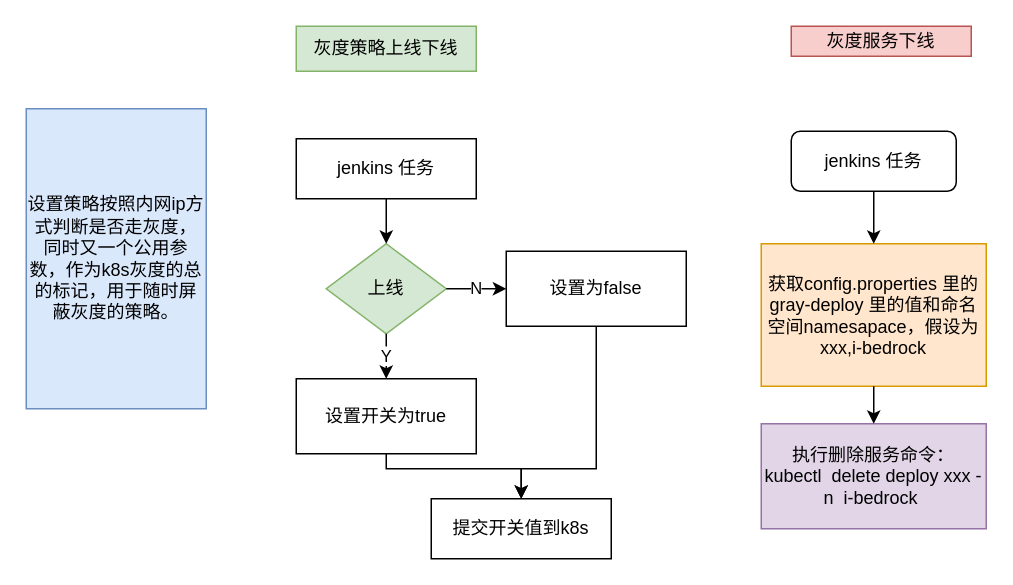
This is page 2 of 2 of k8s灰度发布.drawio from guozhihua/draw.io, a draw.io file, before an edit. Source tidied: cells renumbered, new cells numbered last; positions are measured from the earlier drawing's top-left corner, leaving out a move shared by most shapes. Both pictures are drawn from the tidied source at 150%, with x=0, y=0 at pixel (26, 26).
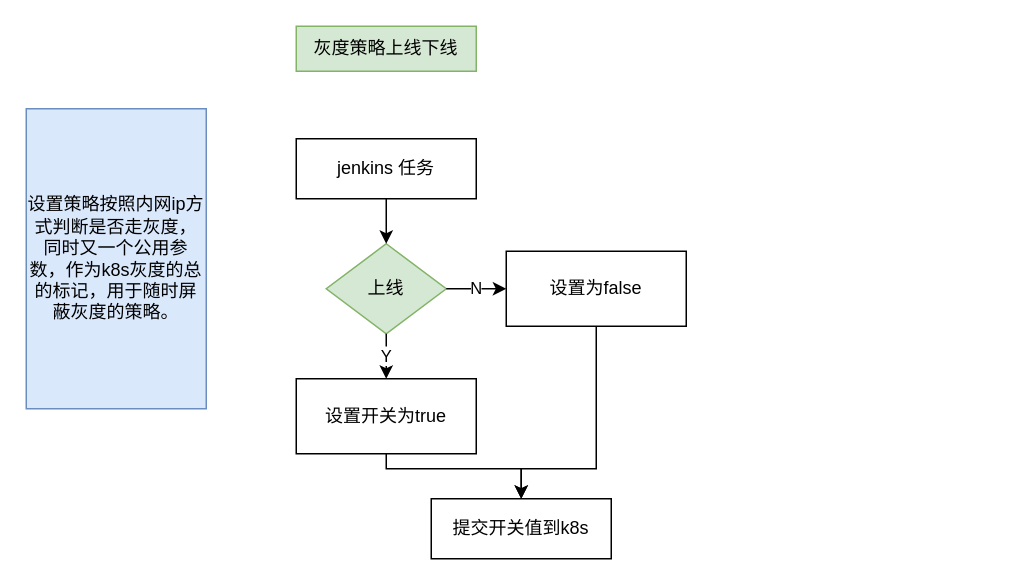
Above is the later version.

Change to the diagram source:
```diff
@@
-    <mxCell id="15" style="group;" parent="1" vertex="1">
-      <mxGeometry x="490" width="150" height="335" as="geometry" />
-    </mxCell>
-    <mxCell id="16" value="jenkins 任务" style="rounded=1;whiteSpace=wrap;html=1;" parent="15" vertex="1">
-      <mxGeometry x="20" y="70" width="110" height="40" as="geometry" />
-    </mxCell>
-    <mxCell id="17" value="灰度服务下线" style="text;html=1;strokeColor=#b85450;fillColor=#f8cecc;align=center;verticalAlign=middle;whiteSpace=wrap;rounded=0;" parent="15" vertex="1">
-      <mxGeometry x="20" width="120" height="20" as="geometry" />
-    </mxCell>
-    <mxCell id="18" value="获取config.properties 里的gray-deploy 里的值和命名空间namesapace，假设为xxx,i-bedrock" style="rounded=0;whiteSpace=wrap;html=1;fillColor=#ffe6cc;strokeColor=#d79b00;" parent="15" vertex="1">
-      <mxGeometry y="145" width="150" height="95" as="geometry" />
-    </mxCell>
-    <mxCell id="19" style="edgeStyle=orthogonalEdgeStyle;rounded=0;jettySize=auto;html=1;exitX=0.5;exitY=1;exitDx=0;exitDy=0;entryX=0.5;entryY=0;entryDx=0;entryDy=0;" parent="15" edge="1" source="16" target="18">
-      <mxGeometry relative="1" as="geometry" />
-    </mxCell>
-    <mxCell id="20" value="执行删除服务命令：&lt;br&gt;kubectl&amp;nbsp; delete deploy xxx -n&amp;nbsp; i-bedrock&amp;nbsp;&lt;br&gt;" style="rounded=0;whiteSpace=wrap;html=1;fillColor=#e1d5e7;strokeColor=#9673a6;" parent="15" vertex="1">
-      <mxGeometry y="265" width="150" height="70" as="geometry" />
-    </mxCell>
-    <mxCell id="21" style="edgeStyle=orthogonalEdgeStyle;rounded=0;jettySize=auto;html=1;exitX=0.5;exitY=1;exitDx=0;exitDy=0;entryX=0.5;entryY=0;entryDx=0;entryDy=0;" parent="15" edge="1" source="18" target="20">
-      <mxGeometry relative="1" as="geometry" />
-    </mxCell>
```
